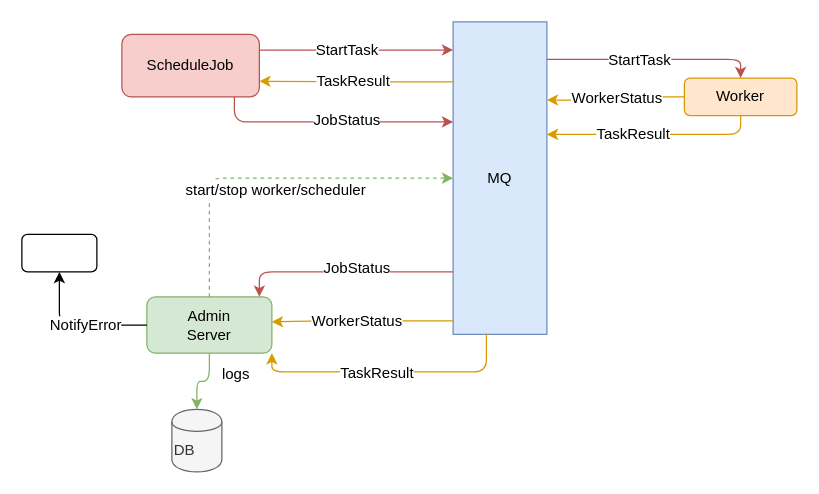
The draw.io diagram page "Page-1" (1 of 2) of doc/framework.drawio in jupiterben/taskman, before the edit. Source tidied: cells renumbered, new cells numbered last; positions are measured from the earlier drawing's top-left corner, leaving out a move shared by most shapes. Both pictures are drawn from the tidied source at 125%, with x=0, y=0 at pixel (21, 21).
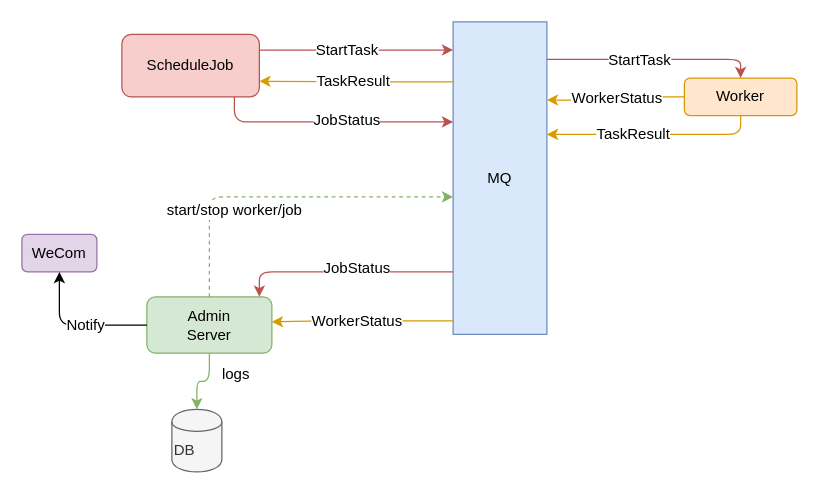
After the change.

Unchanged cells that the change refers to:
```xml
<mxCell id="2" value="MQ" style="rounded=0;whiteSpace=wrap;html=1;fillColor=#dae8fc;strokeColor=#6c8ebf;" parent="1" vertex="1">
  <mxGeometry x="345" width="75" height="250" as="geometry" />
</mxCell>
<mxCell id="4" value="Admin&lt;br&gt;Server" style="rounded=1;whiteSpace=wrap;html=1;fillColor=#d5e8d4;strokeColor=#82b366;" parent="1" vertex="1">
  <mxGeometry x="100" y="220" width="100" height="45" as="geometry" />
</mxCell>
<mxCell id="31" style="endArrow=classic;html=1;entryX=0.5;entryY=1;entryDx=0;entryDy=0;edgeStyle=orthogonalEdgeStyle;" parent="1" edge="1" source="4" target="30">
  <mxGeometry relative="1" as="geometry" />
</mxCell>
```

What changed in the source:
```diff
@@
-    <mxCell id="26" style="endArrow=classic;html=1;fillColor=#ffe6cc;strokeColor=#d79b00;edgeStyle=orthogonalEdgeStyle;elbow=vertical;exitX=0.355;exitY=0.998;exitDx=0;exitDy=0;exitPerimeter=0;" parent="1" edge="1" source="2" target="4">
-      <mxGeometry relative="1" as="geometry">
-        <Array as="points">
-          <mxPoint x="372" y="280" />
-          <mxPoint x="200" y="280" />
-        </Array>
-      </mxGeometry>
-    </mxCell>
-    <mxCell id="27" value="TaskResult" style="text;html=1;align=center;verticalAlign=middle;labelBackgroundColor=#ffffff;fontColor=#000000;" parent="26" vertex="1">
-      <mxGeometry x="-0.22" y="3" relative="1" as="geometry">
-        <mxPoint x="-34" y="-3" as="offset" />
-      </mxGeometry>
-    </mxCell>
     <mxCell id="28" style="endArrow=classic;html=1;fontColor=#000000;edgeStyle=orthogonalEdgeStyle;exitX=0.5;exitY=0;exitDx=0;exitDy=0;dashed=1;fillColor=#d5e8d4;strokeColor=#82b366;" parent="1" edge="1" source="4" target="2">
-      <mxGeometry relative="1" as="geometry" />
+      <mxGeometry relative="1" as="geometry">
+        <Array as="points">
+          <mxPoint x="150" y="140" />
+        </Array>
+      </mxGeometry>
     </mxCell>
-    <mxCell id="29" value="start/stop worker/scheduler" style="text;html=1;align=center;verticalAlign=middle;labelBackgroundColor=#ffffff;fontColor=#000000;" parent="28" vertex="1">
-      <mxGeometry x="-0.41" y="-52" relative="1" as="geometry" />
+    <mxCell id="29" value="start/stop worker/job" style="text;html=1;align=center;verticalAlign=middle;labelBackgroundColor=#ffffff;fontColor=#000000;" parent="28" vertex="1">
+      <mxGeometry x="-0.41" y="-52" relative="1" as="geometry">
+        <mxPoint x="18" y="-42" as="offset" />
+      </mxGeometry>
     </mxCell>
-    <mxCell id="30" style="rounded=1;whiteSpace=wrap;html=1;" parent="1" vertex="1">
+    <mxCell id="30" value="WeCom" style="rounded=1;whiteSpace=wrap;html=1;fillColor=#e1d5e7;strokeColor=#9673a6;" parent="1" vertex="1">
       <mxGeometry y="170" width="60" height="30" as="geometry" />
     </mxCell>
@@
-    <mxCell id="32" value="NotifyError" style="text;html=1;align=center;verticalAlign=middle;labelBackgroundColor=#ffffff;" parent="31" vertex="1">
+    <mxCell id="32" value="Notify" style="text;html=1;align=center;verticalAlign=middle;labelBackgroundColor=#ffffff;" parent="31" vertex="1">
       <mxGeometry x="0.08" y="-3" relative="1" as="geometry">
         <mxPoint x="11" y="2.5" as="offset" />
       </mxGeometry>
     </mxCell>
```
